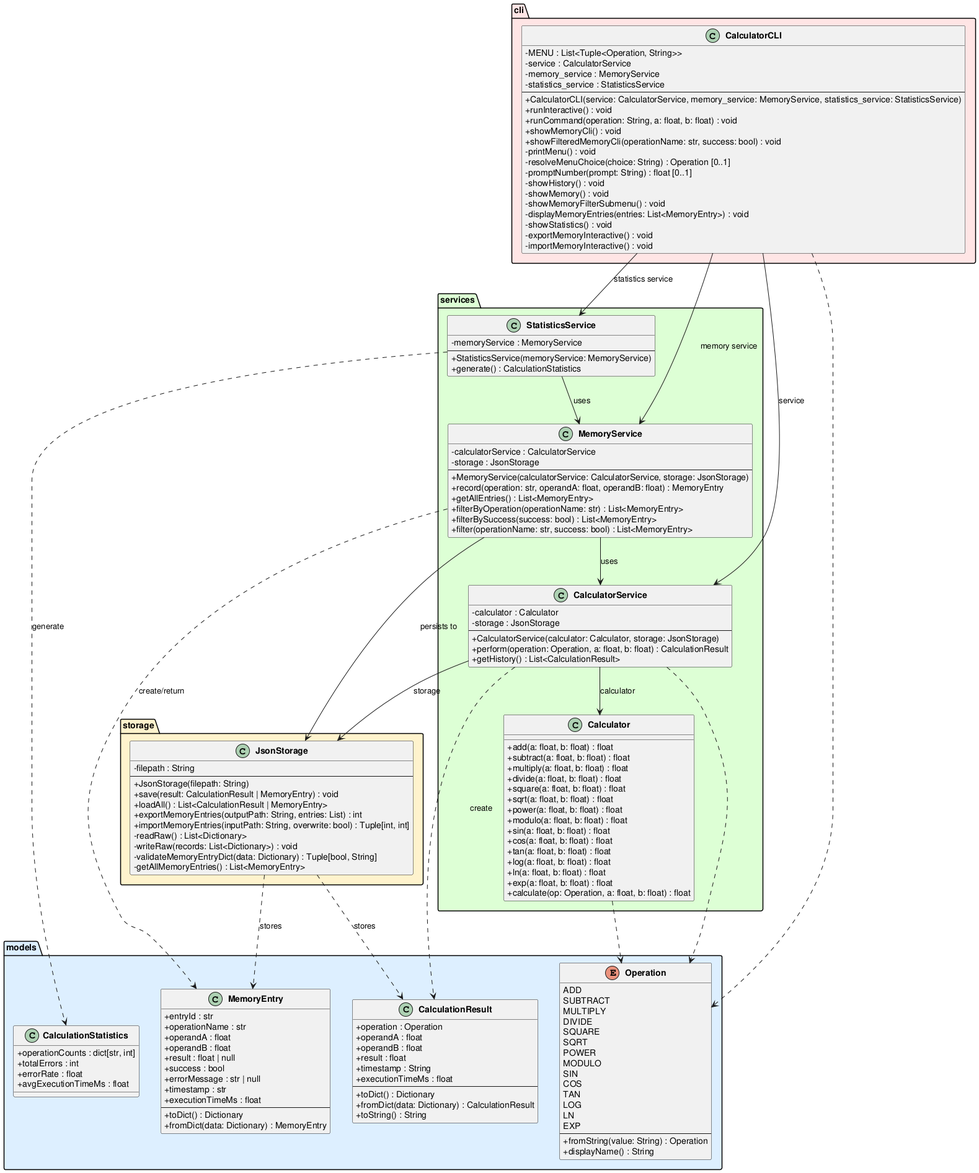
DanielRiha8906/Software_autoevolution_using_agents keeps this PlantUML diagram as experiments/supervisor_as_tools/user_stories/calculator/artifacts/class_diagram.png. Above is the earlier version.
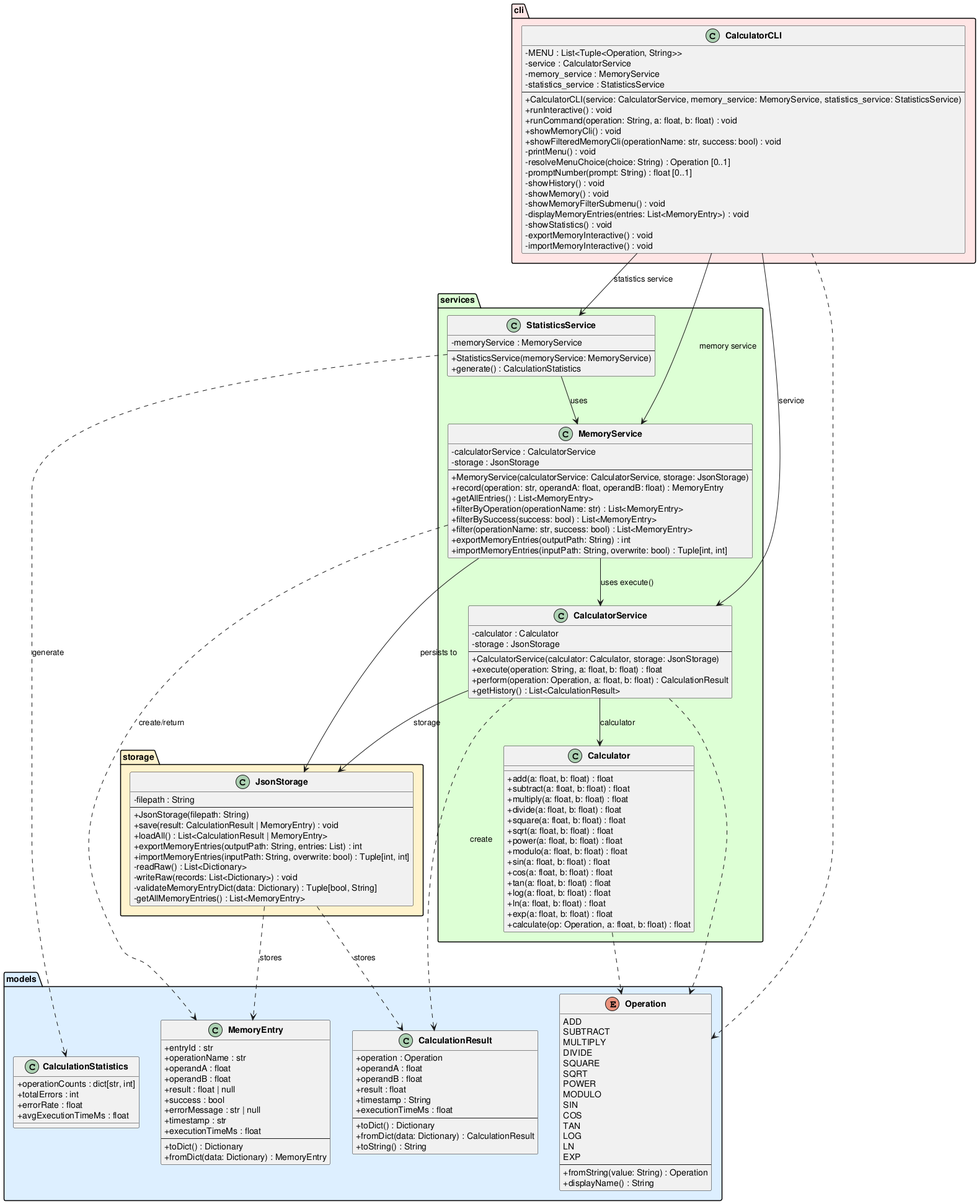
Above is the later version.

The edit, as a diff of the source:
```diff
@@ -84,6 +84,7 @@
         -storage : JsonStorage
         --
         +CalculatorService(calculator: Calculator, storage: JsonStorage)
+        +execute(operation: String, a: float, b: float) : float
         +perform(operation: Operation, a: float, b: float) : CalculationResult
         +getHistory() : List<CalculationResult>
     }
@@ -98,6 +99,8 @@
         +filterByOperation(operationName: str) : List<MemoryEntry>
         +filterBySuccess(success: bool) : List<MemoryEntry>
         +filter(operationName: str, success: bool) : List<MemoryEntry>
+        +exportMemoryEntries(outputPath: String) : int
+        +importMemoryEntries(inputPath: String, overwrite: bool) : Tuple[int, int]
     }
 
     class StatisticsService {
@@ -154,7 +157,7 @@
 CalculatorCLI --> StatisticsService : statistics service
 CalculatorService --> Calculator : calculator
 CalculatorService --> JsonStorage : storage
-MemoryService --> CalculatorService : uses
+MemoryService --> CalculatorService : uses execute()
 MemoryService --> JsonStorage : persists to
 StatisticsService --> MemoryService : uses
 
```
